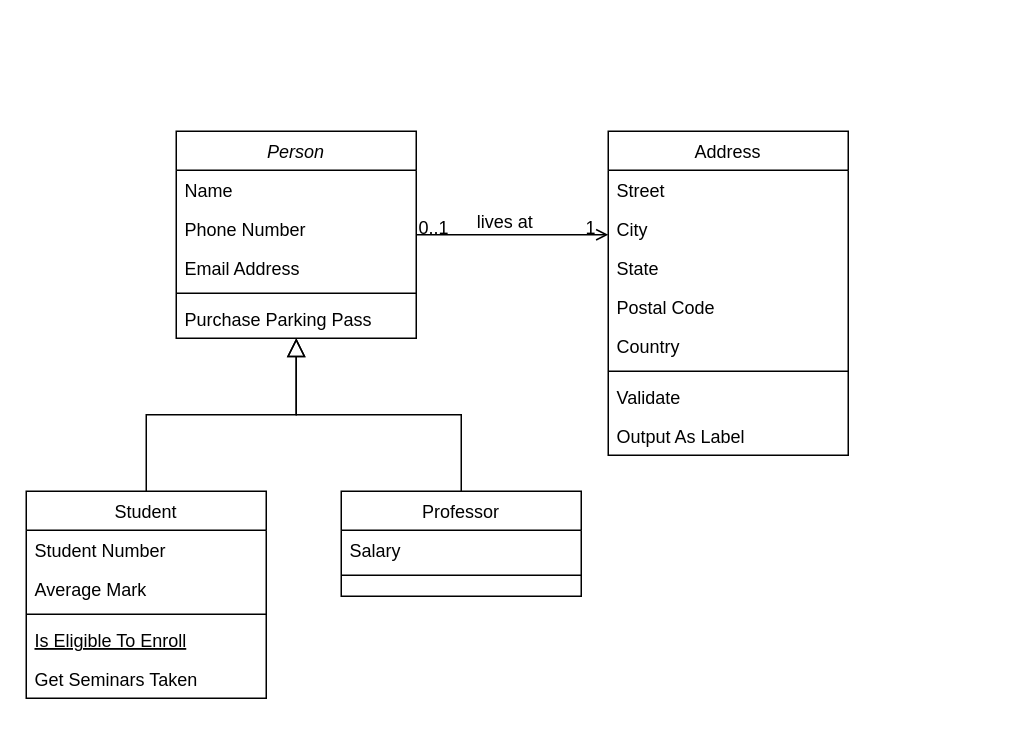
Above: empleados.drawio in monick96/diagramasVarios (draw.io), before the change. Source tidied: cells renumbered, new cells numbered last; positions are measured from the earlier drawing's top-left corner, leaving out a move shared by most shapes. Both pictures are drawn from the tidied source at 150%, with x=0, y=0 at pixel (26, 130).
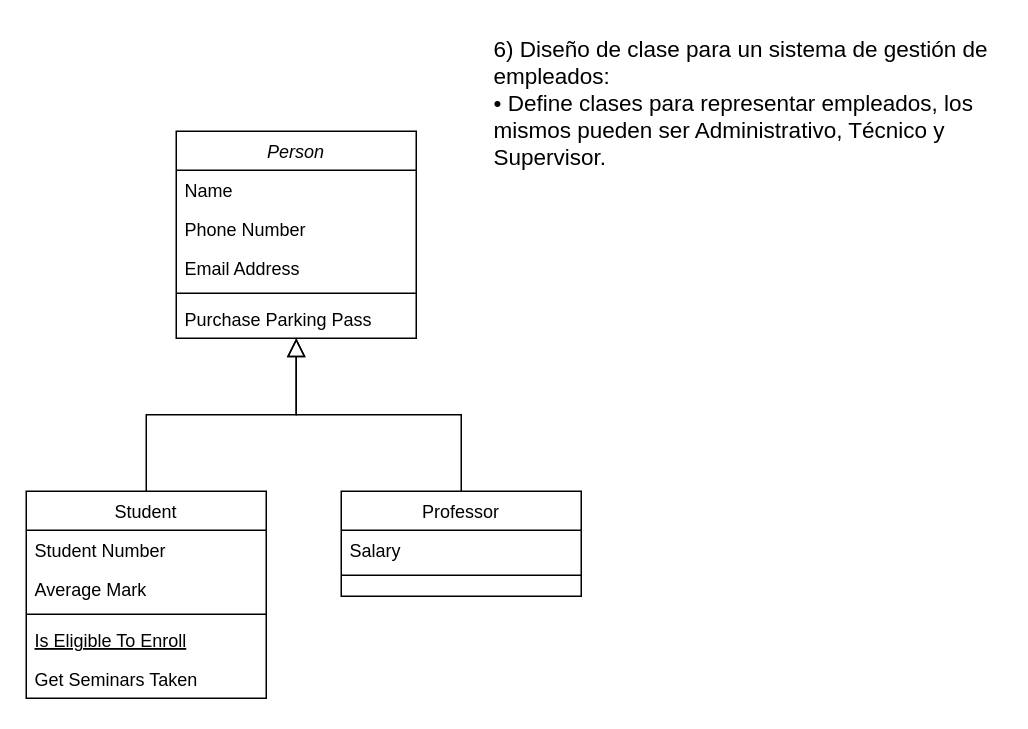
The same page after the edit.

The change refers to these unchanged cells:
```xml
<mxCell id="2" value="Person" style="swimlane;fontStyle=2;align=center;verticalAlign=top;horizontal=1;startSize=26;rounded=0;shadow=0;strokeWidth=1;" parent="1" vertex="1">
  <mxGeometry x="100" width="160" height="138" as="geometry" />
</mxCell>
```

The edit, as a diff of the source:
```diff
@@
-    <mxCell id="19" value="Address" style="swimlane;fontStyle=0;align=center;verticalAlign=top;horizontal=1;startSize=26;rounded=0;shadow=0;strokeWidth=1;" parent="1" vertex="1">
-      <mxGeometry x="388" width="160" height="216" as="geometry" />
-    </mxCell>
-    <mxCell id="20" value="Street" style="text;align=left;verticalAlign=top;spacingLeft=4;spacingRight=4;overflow=hidden;" parent="19" vertex="1">
-      <mxGeometry y="26" width="160" height="26" as="geometry" />
-    </mxCell>
-    <mxCell id="21" value="City" style="text;align=left;verticalAlign=top;spacingLeft=4;spacingRight=4;overflow=hidden;rounded=0;shadow=0;html=0;" parent="19" vertex="1">
-      <mxGeometry y="52" width="160" height="26" as="geometry" />
-    </mxCell>
-    <mxCell id="22" value="State" style="text;align=left;verticalAlign=top;spacingLeft=4;spacingRight=4;overflow=hidden;rounded=0;shadow=0;html=0;" parent="19" vertex="1">
-      <mxGeometry y="78" width="160" height="26" as="geometry" />
-    </mxCell>
-    <mxCell id="23" value="Postal Code" style="text;align=left;verticalAlign=top;spacingLeft=4;spacingRight=4;overflow=hidden;rounded=0;shadow=0;html=0;" parent="19" vertex="1">
-      <mxGeometry y="104" width="160" height="26" as="geometry" />
-    </mxCell>
-    <mxCell id="24" value="Country" style="text;align=left;verticalAlign=top;spacingLeft=4;spacingRight=4;overflow=hidden;rounded=0;shadow=0;html=0;" parent="19" vertex="1">
-      <mxGeometry y="130" width="160" height="26" as="geometry" />
-    </mxCell>
-    <mxCell id="25" style="line;html=1;strokeWidth=1;align=left;verticalAlign=middle;spacingTop=-1;spacingLeft=3;spacingRight=3;labelPosition=right;" parent="19" vertex="1">
-      <mxGeometry y="156" width="160" height="8" as="geometry" />
-    </mxCell>
-    <mxCell id="26" value="Validate" style="text;align=left;verticalAlign=top;spacingLeft=4;spacingRight=4;overflow=hidden;" parent="19" vertex="1">
-      <mxGeometry y="164" width="160" height="26" as="geometry" />
-    </mxCell>
-    <mxCell id="27" value="Output As Label" style="text;align=left;verticalAlign=top;spacingLeft=4;spacingRight=4;overflow=hidden;" parent="19" vertex="1">
-      <mxGeometry y="190" width="160" height="26" as="geometry" />
-    </mxCell>
-    <mxCell id="28" style="endArrow=open;shadow=0;strokeWidth=1;rounded=0;curved=0;endFill=1;edgeStyle=elbowEdgeStyle;elbow=vertical;" parent="1" edge="1" source="2" target="19">
-      <mxGeometry x="0.5" y="41" relative="1" as="geometry">
-        <mxPoint x="-40" y="32" as="offset" />
-      </mxGeometry>
-    </mxCell>
-    <mxCell id="29" value="0..1" style="align=left;verticalAlign=bottom;labelBackgroundColor=none;fontSize=12;" parent="28" vertex="1">
-      <mxGeometry x="-1" relative="1" as="geometry">
-        <mxPoint y="4" as="offset" />
-      </mxGeometry>
-    </mxCell>
-    <mxCell id="30" value="1" style="align=right;verticalAlign=bottom;labelBackgroundColor=none;fontSize=12;" parent="28" vertex="1">
-      <mxGeometry x="1" relative="1" as="geometry">
-        <mxPoint x="-7" y="4" as="offset" />
-      </mxGeometry>
-    </mxCell>
-    <mxCell id="31" value="lives at" style="text;html=1;align=center;verticalAlign=middle;labelBackgroundColor=none;rounded=0;shadow=0;strokeWidth=1;fontSize=12;" parent="28" vertex="1">
-      <mxGeometry x="0.5" y="49" relative="1" as="geometry">
-        <mxPoint x="-38" y="40" as="offset" />
-      </mxGeometry>
-    </mxCell>
+    <mxCell id="32" value="&lt;font style=&quot;font-size: 15px;&quot;&gt;6) Diseño de clase para un sistema de gestión de empleados:&lt;br&gt;• Define clases para representar empleados, los mismos pueden ser Administrativo, Técnico y&lt;br&gt;Supervisor.&lt;/font&gt;" style="text;whiteSpace=wrap;html=1;" parent="1" vertex="1">
+      <mxGeometry x="310" y="-70" width="340" height="130" as="geometry" />
+    </mxCell>
```
